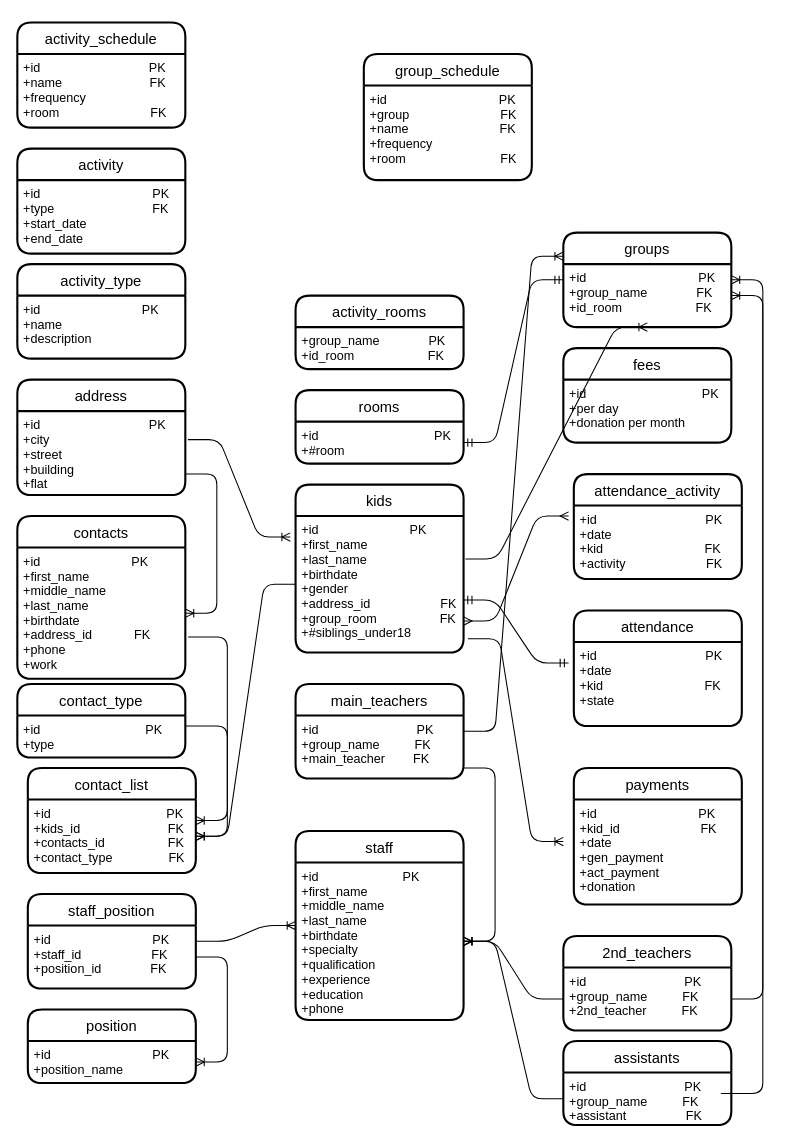
The draw.io diagram Kindergarten.drawio in Emma664/World-population, before the edit. Source tidied: cells renumbered, new cells numbered last; positions are measured from the earlier drawing's top-left corner, leaving out a move shared by most shapes. Both pictures are drawn from the tidied source at 105%, with x=0, y=0 at pixel (17, 22).
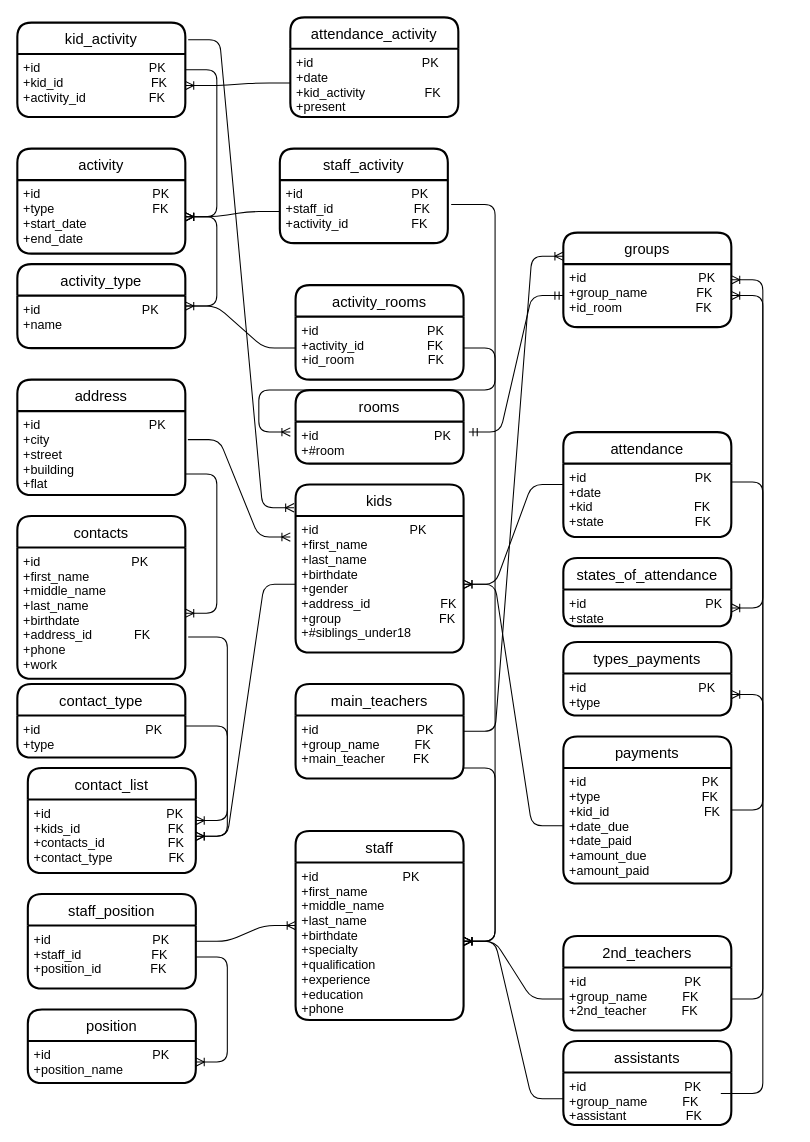
After the change.

The change refers to these unchanged cells:
```xml
<mxCell id="8" value="kids" style="swimlane;horizontal=1;startSize=30;rounded=1;fontSize=14;fontStyle=0;strokeWidth=2;shadow=0;dashed=0;align=center;" parent="1" vertex="1">
  <mxGeometry x="265" y="440" width="160" height="160" as="geometry" />
</mxCell>
<mxCell id="36" value="+id                        PK&#10;+first_name&#10;+middle_name&#10;+last_name&#10;+birthdate&#10;+specialty&#10;+qualification&#10;+experience&#10;+education&#10;+phone" style="align=left;strokeColor=none;fillColor=none;spacingLeft=4;fontSize=12;verticalAlign=top;" parent="35" vertex="1">
  <mxGeometry y="30" width="160" height="150" as="geometry" />
</mxCell>
<mxCell id="55" value="+id                                PK&#10;+type                            FK&#10;+start_date&#10;+end_date" style="align=left;strokeColor=none;fillColor=none;spacingLeft=4;fontSize=12;verticalAlign=top;" parent="54" vertex="1">
  <mxGeometry y="30" width="160" height="70" as="geometry" />
</mxCell>
<mxCell id="59" value="+id                                 PK&#10;+#room                           " style="align=left;strokeColor=none;fillColor=none;spacingLeft=4;fontSize=12;verticalAlign=top;" parent="58" vertex="1">
  <mxGeometry y="30" width="160" height="40" as="geometry" />
</mxCell>
<mxCell id="63" value="+id                                PK&#10;+group_name              FK&#10;+id_room                     FK                       &#10;" style="align=left;strokeColor=none;fillColor=none;spacingLeft=4;fontSize=12;verticalAlign=top;" parent="62" vertex="1">
  <mxGeometry y="30" width="160" height="60" as="geometry" />
</mxCell>
```

Diff of the diagram source:
```diff
@@
-    <mxCell id="2" style="edgeStyle=entityRelationEdgeStyle;fontSize=12;html=1;endArrow=ERmandOne;startArrow=ERmandOne;" parent="1" edge="1">
-      <mxGeometry relative="1" as="geometry">
-        <mxPoint x="425" y="550" as="sourcePoint" />
-        <mxPoint x="525" y="610" as="targetPoint" />
-      </mxGeometry>
-    </mxCell>
-    <mxCell id="3" value="attendance" style="swimlane;horizontal=1;startSize=30;rounded=1;fontSize=14;fontStyle=0;strokeWidth=2;shadow=0;dashed=0;align=center;" parent="1" vertex="1">
-      <mxGeometry x="530" y="560" width="160" height="110" as="geometry" />
-    </mxCell>
-    <mxCell id="4" value="+id                               PK&#10;+date&#10;+kid                             FK&#10;+state&#10;" style="align=left;strokeColor=none;fillColor=none;spacingLeft=4;fontSize=12;verticalAlign=top;" parent="3" vertex="1">
-      <mxGeometry y="30" width="160" height="80" as="geometry" />
-    </mxCell>
-    <mxCell id="5" style="edgeStyle=entityRelationEdgeStyle;fontSize=12;html=1;endArrow=ERmany;startArrow=ERmany;" parent="1" edge="1">
-      <mxGeometry relative="1" as="geometry">
-        <mxPoint x="425" y="570" as="sourcePoint" />
-        <mxPoint x="525" y="470" as="targetPoint" />
-      </mxGeometry>
-    </mxCell>
-    <mxCell id="6" value="attendance_activity" style="swimlane;horizontal=1;startSize=30;rounded=1;fontSize=14;fontStyle=0;strokeWidth=2;shadow=0;dashed=0;align=center;" parent="1" vertex="1">
-      <mxGeometry x="530" y="430" width="160" height="100" as="geometry" />
-    </mxCell>
-    <mxCell id="7" value="+id                               PK&#10;+date&#10;+kid                             FK&#10;+activity                       FK" style="align=left;strokeColor=none;fillColor=none;spacingLeft=4;fontSize=12;verticalAlign=top;" parent="6" vertex="1">
-      <mxGeometry y="30" width="160" height="70" as="geometry" />
-    </mxCell>
@@
-    <mxCell id="9" value="+id                          PK&#10;+first_name&#10;+last_name&#10;+birthdate&#10;+gender&#10;+address_id                    FK&#10;+group_room                  FK&#10;+#siblings_under18" style="align=left;strokeColor=none;fillColor=none;spacingLeft=4;fontSize=12;verticalAlign=top;" parent="8" vertex="1">
+    <mxCell id="9" value="+id                          PK&#10;+first_name&#10;+last_name&#10;+birthdate&#10;+gender&#10;+address_id                    FK&#10;+group                            FK&#10;+#siblings_under18" style="align=left;strokeColor=none;fillColor=none;spacingLeft=4;fontSize=12;verticalAlign=top;" parent="8" vertex="1">
       <mxGeometry y="30" width="160" height="130" as="geometry" />
     </mxCell>
-    <mxCell id="10" value="fees" style="swimlane;horizontal=1;startSize=30;rounded=1;fontSize=14;fontStyle=0;strokeWidth=2;shadow=0;dashed=0;align=center;" parent="1" vertex="1">
-      <mxGeometry x="520" y="310" width="160" height="90" as="geometry" />
-    </mxCell>
-    <mxCell id="11" value="+id                                 PK&#10;+per day&#10;+donation per month" style="align=left;strokeColor=none;fillColor=none;spacingLeft=4;fontSize=12;verticalAlign=top;" parent="10" vertex="1">
-      <mxGeometry y="30" width="160" height="60" as="geometry" />
-    </mxCell>
-    <mxCell id="12" value="payments" style="swimlane;horizontal=1;startSize=30;rounded=1;fontSize=14;fontStyle=0;strokeWidth=2;shadow=0;dashed=0;align=center;" parent="1" vertex="1">
-      <mxGeometry x="530" y="710" width="160" height="130" as="geometry" />
-    </mxCell>
-    <mxCell id="13" value="+id                             PK&#10;+kid_id                       FK&#10;+date&#10;+gen_payment&#10;+act_payment&#10;+donation" style="align=left;strokeColor=none;fillColor=none;spacingLeft=4;fontSize=12;verticalAlign=top;" parent="12" vertex="1">
-      <mxGeometry y="30" width="160" height="100" as="geometry" />
-    </mxCell>
-    <mxCell id="14" style="edgeStyle=entityRelationEdgeStyle;fontSize=12;html=1;endArrow=ERoneToMany;exitX=1.026;exitY=0.898;exitDx=0;exitDy=0;exitPerimeter=0;" parent="1" edge="1" source="9">
-      <mxGeometry relative="1" as="geometry">
-        <mxPoint x="520" y="780" as="targetPoint" />
-      </mxGeometry>
-    </mxCell>
@@
-    <mxCell id="16" style="edgeStyle=entityRelationEdgeStyle;fontSize=12;html=1;endArrow=ERmandOne;startArrow=ERmandOne;entryX=0;entryY=0.25;entryDx=0;entryDy=0;exitX=1;exitY=0.5;exitDx=0;exitDy=0;" parent="1" edge="1" source="59" target="63">
-      <mxGeometry relative="1" as="geometry" />
-    </mxCell>
@@
-    <mxCell id="29" style="edgeStyle=entityRelationEdgeStyle;fontSize=12;html=1;endArrow=ERoneToMany;exitX=1.011;exitY=0.314;exitDx=0;exitDy=0;exitPerimeter=0;entryX=0.5;entryY=1;entryDx=0;entryDy=0;" parent="1" edge="1" source="9" target="63">
-      <mxGeometry relative="1" as="geometry" />
-    </mxCell>
@@
-    <mxCell id="48" value="group_schedule" style="swimlane;horizontal=1;startSize=30;rounded=1;fontSize=14;fontStyle=0;strokeWidth=2;shadow=0;dashed=0;align=center;" parent="1" vertex="1">
-      <mxGeometry x="330" y="30" width="160" height="120" as="geometry" />
-    </mxCell>
-    <mxCell id="49" value="+id                                PK&#10;+group                          FK&#10;+name                          FK&#10;+frequency                   &#10;+room                           FK" style="align=left;strokeColor=none;fillColor=none;spacingLeft=4;fontSize=12;verticalAlign=top;" parent="48" vertex="1">
-      <mxGeometry y="30" width="160" height="90" as="geometry" />
-    </mxCell>
@@
     <mxCell id="52" value="activity_type" style="swimlane;horizontal=1;startSize=30;rounded=1;fontSize=14;fontStyle=0;strokeWidth=2;shadow=0;dashed=0;align=center;" parent="1" vertex="1">
-      <mxGeometry y="230" width="160" height="90" as="geometry" />
+      <mxGeometry y="230" width="160" height="80" as="geometry" />
     </mxCell>
-    <mxCell id="53" value="+id                             PK&#10;+name                       &#10;+description " style="align=left;strokeColor=none;fillColor=none;spacingLeft=4;fontSize=12;verticalAlign=top;" parent="52" vertex="1">
-      <mxGeometry y="30" width="160" height="60" as="geometry" />
+    <mxCell id="53" value="+id                             PK&#10;+name                       &#10;" style="align=left;strokeColor=none;fillColor=none;spacingLeft=4;fontSize=12;verticalAlign=top;" parent="52" vertex="1">
+      <mxGeometry y="30" width="160" height="50" as="geometry" />
     </mxCell>
@@
-    <mxCell id="56" value="activity_schedule" style="swimlane;horizontal=1;startSize=30;rounded=1;fontSize=14;fontStyle=0;strokeWidth=2;shadow=0;dashed=0;align=center;" parent="1" vertex="1">
-      <mxGeometry width="160" height="100" as="geometry" />
+    <mxCell id="56" value="kid_activity" style="swimlane;horizontal=1;startSize=30;rounded=1;fontSize=14;fontStyle=0;strokeWidth=2;shadow=0;dashed=0;align=center;" parent="1" vertex="1">
+      <mxGeometry width="160" height="90" as="geometry" />
     </mxCell>
-    <mxCell id="57" value="+id                               PK&#10;+name                         FK&#10;+frequency&#10;+room                          FK" style="align=left;strokeColor=none;fillColor=none;spacingLeft=4;fontSize=12;verticalAlign=top;" parent="56" vertex="1">
-      <mxGeometry y="30" width="160" height="70" as="geometry" />
+    <mxCell id="57" value="+id                               PK&#10;+kid_id                         FK&#10;+activity_id                  FK" style="align=left;strokeColor=none;fillColor=none;spacingLeft=4;fontSize=12;verticalAlign=top;" parent="56" vertex="1">
+      <mxGeometry y="30" width="160" height="60" as="geometry" />
     </mxCell>
@@
     <mxCell id="60" value="activity_rooms" style="swimlane;horizontal=1;startSize=30;rounded=1;fontSize=14;fontStyle=0;strokeWidth=2;shadow=0;dashed=0;align=center;" parent="1" vertex="1">
-      <mxGeometry x="265" y="260" width="160" height="70" as="geometry" />
+      <mxGeometry x="265" y="250" width="160" height="90" as="geometry" />
     </mxCell>
-    <mxCell id="61" value="+group_name              PK&#10;+id_room                     FK                       &#10;" style="align=left;strokeColor=none;fillColor=none;spacingLeft=4;fontSize=12;verticalAlign=top;" parent="60" vertex="1">
-      <mxGeometry y="30" width="160" height="40" as="geometry" />
+    <mxCell id="61" value="+id                               PK&#10;+activity_id                  FK&#10;+id_room                     FK                       &#10;" style="align=left;strokeColor=none;fillColor=none;spacingLeft=4;fontSize=12;verticalAlign=top;" parent="60" vertex="1">
+      <mxGeometry y="30" width="160" height="60" as="geometry" />
     </mxCell>
@@
+    <mxCell id="64" style="edgeStyle=entityRelationEdgeStyle;fontSize=12;html=1;endArrow=ERoneToMany;" parent="1" edge="1" target="55">
+      <mxGeometry relative="1" as="geometry">
+        <mxPoint x="160" y="270" as="sourcePoint" />
+      </mxGeometry>
+    </mxCell>
+    <mxCell id="65" style="edgeStyle=entityRelationEdgeStyle;fontSize=12;html=1;endArrow=ERoneToMany;exitX=1;exitY=0.5;exitDx=0;exitDy=0;" parent="1" edge="1" source="61">
+      <mxGeometry relative="1" as="geometry">
+        <mxPoint x="260" y="390" as="targetPoint" />
+      </mxGeometry>
+    </mxCell>
+    <mxCell id="66" style="edgeStyle=entityRelationEdgeStyle;fontSize=12;html=1;endArrow=ERoneToMany;" parent="1" edge="1" source="61" target="52">
+      <mxGeometry relative="1" as="geometry" />
+    </mxCell>
+    <mxCell id="67" style="edgeStyle=entityRelationEdgeStyle;fontSize=12;html=1;endArrow=ERoneToMany;exitX=1;exitY=0.25;exitDx=0;exitDy=0;" parent="1" edge="1" source="57" target="55">
+      <mxGeometry relative="1" as="geometry" />
+    </mxCell>
+    <mxCell id="68" style="edgeStyle=entityRelationEdgeStyle;fontSize=12;html=1;endArrow=ERoneToMany;exitX=1.017;exitY=0.182;exitDx=0;exitDy=0;exitPerimeter=0;entryX=-0.009;entryY=0.138;entryDx=0;entryDy=0;entryPerimeter=0;" parent="1" edge="1" source="56" target="8">
+      <mxGeometry relative="1" as="geometry" />
+    </mxCell>
+    <mxCell id="3" value="attendance" style="swimlane;horizontal=1;startSize=30;rounded=1;fontSize=14;fontStyle=0;strokeWidth=2;shadow=0;dashed=0;align=center;" parent="1" vertex="1">
+      <mxGeometry x="520" y="390" width="160" height="100" as="geometry" />
+    </mxCell>
+    <mxCell id="4" value="+id                               PK&#10;+date&#10;+kid                             FK&#10;+state                          FK&#10;" style="align=left;strokeColor=none;fillColor=none;spacingLeft=4;fontSize=12;verticalAlign=top;" parent="3" vertex="1">
+      <mxGeometry y="30" width="160" height="70" as="geometry" />
+    </mxCell>
+    <mxCell id="69" style="edgeStyle=entityRelationEdgeStyle;fontSize=12;html=1;endArrow=ERoneToMany;" parent="1" edge="1" source="7" target="57">
+      <mxGeometry relative="1" as="geometry" />
+    </mxCell>
+    <mxCell id="6" value="attendance_activity" style="swimlane;horizontal=1;startSize=30;rounded=1;fontSize=14;fontStyle=0;strokeWidth=2;shadow=0;dashed=0;align=center;" parent="1" vertex="1">
+      <mxGeometry x="260" y="-5" width="160" height="95" as="geometry" />
+    </mxCell>
+    <mxCell id="7" value="+id                               PK&#10;+date&#10;+kid_activity                 FK&#10;+present" style="align=left;strokeColor=none;fillColor=none;spacingLeft=4;fontSize=12;verticalAlign=top;" parent="6" vertex="1">
+      <mxGeometry y="30" width="160" height="65" as="geometry" />
+    </mxCell>
+    <mxCell id="70" value="states_of_attendance" style="swimlane;horizontal=1;startSize=30;rounded=1;fontSize=14;fontStyle=0;strokeWidth=2;shadow=0;dashed=0;align=center;" parent="1" vertex="1">
+      <mxGeometry x="520" y="510" width="160" height="65" as="geometry" />
+    </mxCell>
+    <mxCell id="71" value="+id                                  PK&#10;+state" style="align=left;strokeColor=none;fillColor=none;spacingLeft=4;fontSize=12;verticalAlign=top;" parent="70" vertex="1">
+      <mxGeometry y="30" width="160" height="35" as="geometry" />
+    </mxCell>
+    <mxCell id="72" style="edgeStyle=entityRelationEdgeStyle;fontSize=12;html=1;endArrow=ERoneToMany;exitX=1;exitY=0.25;exitDx=0;exitDy=0;" parent="1" edge="1" source="4" target="71">
+      <mxGeometry relative="1" as="geometry" />
+    </mxCell>
+    <mxCell id="73" style="edgeStyle=entityRelationEdgeStyle;fontSize=12;html=1;endArrow=ERoneToMany;" parent="1" edge="1" source="3" target="9">
+      <mxGeometry relative="1" as="geometry" />
+    </mxCell>
+    <mxCell id="74" value="types_payments" style="swimlane;horizontal=1;startSize=30;rounded=1;fontSize=14;fontStyle=0;strokeWidth=2;shadow=0;dashed=0;align=center;" parent="1" vertex="1">
+      <mxGeometry x="520" y="590" width="160" height="70" as="geometry" />
+    </mxCell>
+    <mxCell id="75" value="+id                                PK&#10;+type                            " style="align=left;strokeColor=none;fillColor=none;spacingLeft=4;fontSize=12;verticalAlign=top;" parent="74" vertex="1">
+      <mxGeometry y="30" width="160" height="40" as="geometry" />
+    </mxCell>
+    <mxCell id="12" value="payments" style="swimlane;horizontal=1;startSize=30;rounded=1;fontSize=14;fontStyle=0;strokeWidth=2;shadow=0;dashed=0;align=center;" parent="1" vertex="1">
+      <mxGeometry x="520" y="680" width="160" height="140" as="geometry" />
+    </mxCell>
+    <mxCell id="76" value="+id                                 PK&#10;+type                             FK&#10;+kid_id                           FK&#10;+date_due&#10;+date_paid&#10;+amount_due&#10;+amount_paid" style="align=left;strokeColor=none;fillColor=none;spacingLeft=4;fontSize=12;verticalAlign=top;" parent="12" vertex="1">
+      <mxGeometry y="30" width="160" height="110" as="geometry" />
+    </mxCell>
+    <mxCell id="77" style="edgeStyle=entityRelationEdgeStyle;fontSize=12;html=1;endArrow=ERoneToMany;" parent="1" edge="1" target="75">
+      <mxGeometry relative="1" as="geometry">
+        <mxPoint x="680" y="750" as="sourcePoint" />
+      </mxGeometry>
+    </mxCell>
+    <mxCell id="78" style="edgeStyle=entityRelationEdgeStyle;fontSize=12;html=1;endArrow=ERoneToMany;" parent="1" edge="1" source="76" target="9">
+      <mxGeometry relative="1" as="geometry" />
+    </mxCell>
+    <mxCell id="79" style="edgeStyle=entityRelationEdgeStyle;fontSize=12;html=1;endArrow=ERmandOne;startArrow=ERmandOne;entryX=0;entryY=0.5;entryDx=0;entryDy=0;" parent="1" edge="1" target="63">
+      <mxGeometry relative="1" as="geometry">
+        <mxPoint x="430" y="390" as="sourcePoint" />
+      </mxGeometry>
+    </mxCell>
+    <mxCell id="80" value="staff_activity" style="swimlane;horizontal=1;startSize=30;rounded=1;fontSize=14;fontStyle=0;strokeWidth=2;shadow=0;dashed=0;align=center;" parent="1" vertex="1">
+      <mxGeometry x="250" y="120" width="160" height="90" as="geometry" />
+    </mxCell>
+    <mxCell id="81" value="+id                               PK&#10;+staff_id                       FK&#10;+activity_id                  FK" style="align=left;strokeColor=none;fillColor=none;spacingLeft=4;fontSize=12;verticalAlign=top;" parent="80" vertex="1">
+      <mxGeometry y="30" width="160" height="60" as="geometry" />
+    </mxCell>
+    <mxCell id="82" style="edgeStyle=entityRelationEdgeStyle;fontSize=12;html=1;endArrow=ERoneToMany;" parent="1" edge="1" source="81" target="55">
+      <mxGeometry relative="1" as="geometry" />
+    </mxCell>
+    <mxCell id="83" style="edgeStyle=entityRelationEdgeStyle;fontSize=12;html=1;endArrow=ERoneToMany;exitX=1.02;exitY=0.387;exitDx=0;exitDy=0;exitPerimeter=0;" parent="1" edge="1" source="81" target="36">
+      <mxGeometry relative="1" as="geometry" />
+    </mxCell>
```
